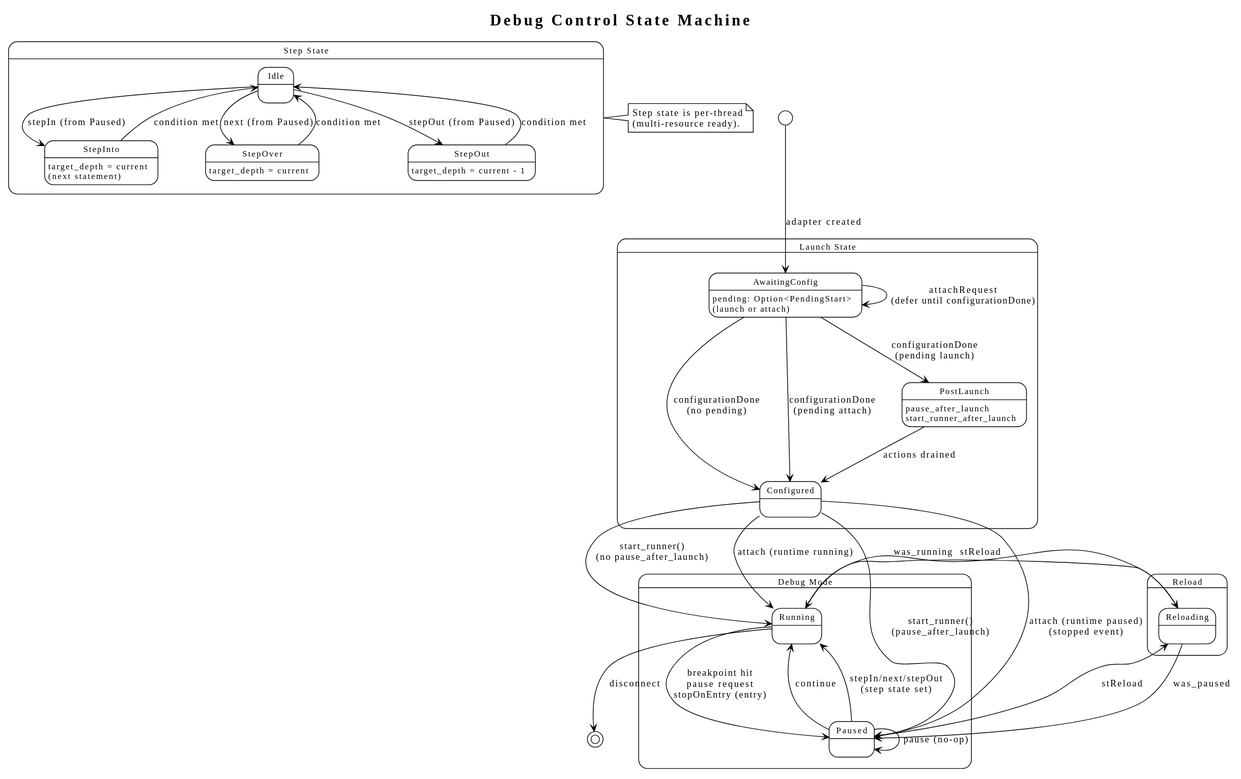
Before: docs/diagrams/generated/debug-state-machine.svg, a diagram exported from PlantUML (johannesPettersson80/trust-platform). The source it was exported from:
```plantuml
@startuml
!theme plain
skinparam stateFontSize 12

title Debug Control State Machine

[*] --> AwaitingConfig : adapter created

state "Launch State" as launch {
    state AwaitingConfig {
        AwaitingConfig : pending: Option<PendingStart>\n(launch or attach)
    }

    state Configured

    state PostLaunch {
        PostLaunch : pause_after_launch
        PostLaunch : start_runner_after_launch
    }

    AwaitingConfig --> Configured : configurationDone\n(no pending)
    AwaitingConfig --> PostLaunch : configurationDone\n(pending launch)
    AwaitingConfig --> Configured : configurationDone\n(pending attach)
    AwaitingConfig --> AwaitingConfig : attachRequest\n(defer until configurationDone)
    PostLaunch --> Configured : actions drained
}

state "Debug Mode" as debug {
    state Running
    state Paused

    Running --> Paused : breakpoint hit\npause request\nstopOnEntry (entry)
    Paused --> Running : continue
    Paused --> Paused : pause (no-op)
    Paused --> Running : stepIn/next/stepOut\n(step state set)
}

state "Step State" as step {
    state Idle
    state StepInto {
        StepInto : target_depth = current\n(next statement)
    }
    state StepOver {
        StepOver : target_depth = current
    }
    state StepOut {
        StepOut : target_depth = current - 1
    }

    Idle --> StepInto : stepIn (from Paused)
    Idle --> StepOver : next (from Paused)
    Idle --> StepOut : stepOut (from Paused)
    StepInto --> Idle : condition met
    StepOver --> Idle : condition met
    StepOut --> Idle : condition met
}

note right of step
    Step state is per-thread
    (multi-resource ready).
end note

Configured --> Running : start_runner()\n(no pause_after_launch)
Configured --> Paused : start_runner()\n(pause_after_launch)
Configured --> Running : attach (runtime running)
Configured --> Paused : attach (runtime paused)\n(stopped event)
Running --> [*] : disconnect

state "Reload" as reload {
    state Reloading
}

Running --> Reloading : stReload
Paused --> Reloading : stReload
Reloading --> Running : was_running
Reloading --> Paused : was_paused
@enduml
```
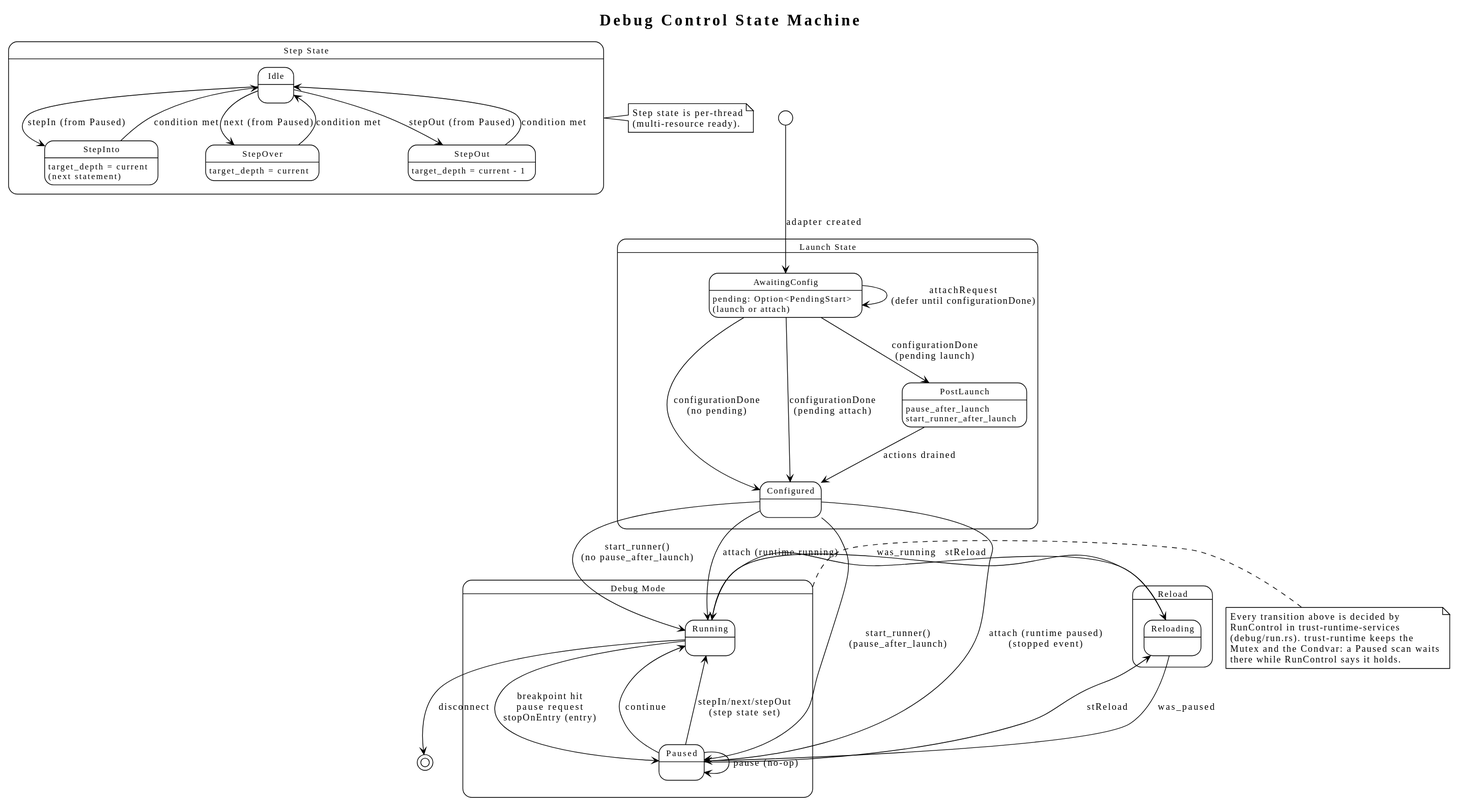
Above is the later version.

What changed in the source:
```diff
@@ -60,6 +60,14 @@
     (multi-resource ready).
 end note
 
+note right of debug
+    Every transition above is decided by
+    RunControl in trust-runtime-services
+    (debug/run.rs). trust-runtime keeps the
+    Mutex and the Condvar: a Paused scan waits
+    there while RunControl says it holds.
+end note
+
 Configured --> Running : start_runner()\n(no pause_after_launch)
 Configured --> Paused : start_runner()\n(pause_after_launch)
 Configured --> Running : attach (runtime running)
```
